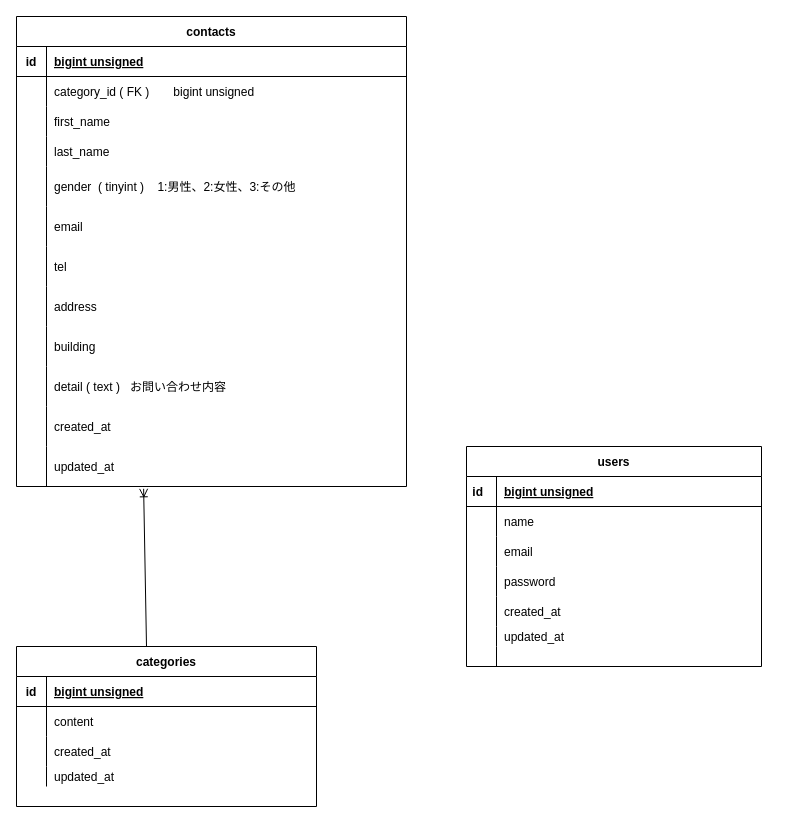
Before: docs/index.drawio in kn-a0322/test-contact-app, a draw.io diagram. Source tidied: cells renumbered, new cells numbered last; positions are measured from the earlier drawing's top-left corner, leaving out a move shared by most shapes. Both pictures are drawn from the tidied source at 100%, with x=0, y=0 at pixel (16, 16).
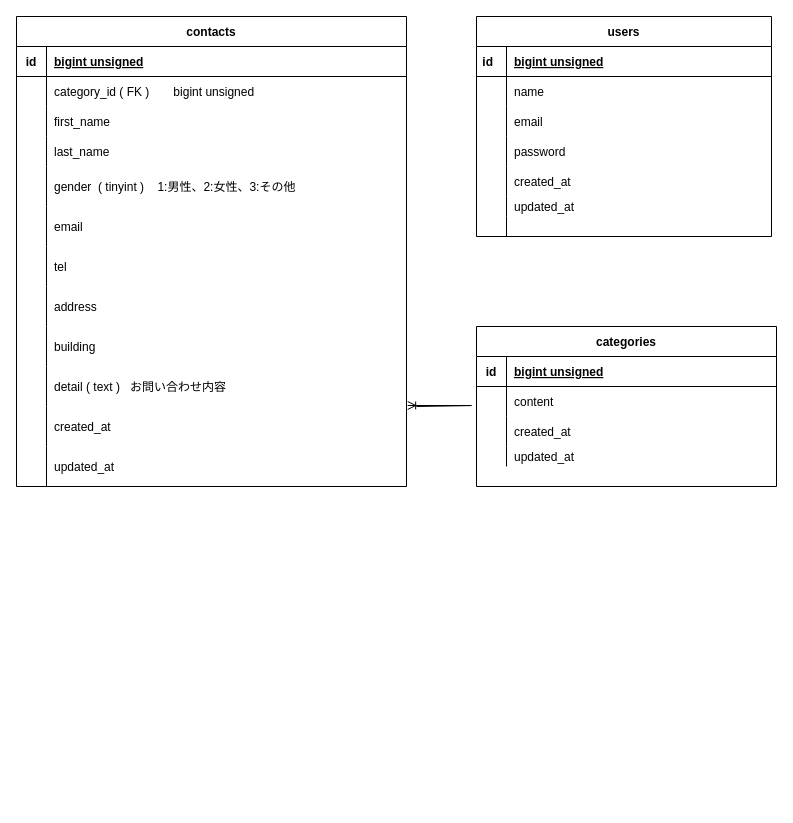
Above is the later version.

Unchanged cells that the change refers to:
```xml
<mxCell id="33" style="shape=tableRow;horizontal=0;startSize=0;swimlaneHead=0;swimlaneBody=0;fillColor=none;points=[[0,0.5],[1,0.5]];portConstraint=eastwest;top=0;left=0;right=0;bottom=0;" parent="2" vertex="1">
  <mxGeometry y="390" width="390" height="40" as="geometry" />
</mxCell>
<mxCell id="36" style="shape=tableRow;horizontal=0;startSize=0;swimlaneHead=0;swimlaneBody=0;fillColor=none;points=[[0,0.5],[1,0.5]];portConstraint=eastwest;top=0;left=0;right=0;bottom=0;" parent="2" vertex="1">
  <mxGeometry y="430" width="390" height="40" as="geometry" />
</mxCell>
```

Change to the diagram source:
```diff
@@
     <mxCell id="39" value="users" style="shape=table;startSize=30;childLayout=tableLayout;rowLines=0;fontStyle=1;align=center;" parent="1" vertex="1">
-      <mxGeometry x="450" y="430" width="295" height="220" as="geometry" />
+      <mxGeometry x="460" width="295" height="220" as="geometry" />
     </mxCell>
@@
     <mxCell id="61" value="categories" style="shape=table;startSize=30;childLayout=tableLayout;rowLines=0;fontStyle=1;align=center;" parent="1" vertex="1">
-      <mxGeometry y="630" width="300" height="160" as="geometry" />
+      <mxGeometry x="460" y="310" width="300" height="160" as="geometry" />
     </mxCell>
@@
-    <mxCell id="74" style="fontSize=12;html=1;endArrow=ERoneToMany;entryX=0.326;entryY=1.058;entryDx=0;entryDy=0;entryPerimeter=0;" parent="1" edge="1" target="36">
+    <mxCell id="74" style="fontSize=12;html=1;endArrow=ERoneToMany;entryX=1.003;entryY=-0.025;entryDx=0;entryDy=0;entryPerimeter=0;" parent="1" edge="1" target="33">
       <mxGeometry relative="1" as="geometry">
-        <mxPoint x="130" y="630" as="sourcePoint" />
+        <mxPoint x="400" y="390" as="sourcePoint" />
+        <Array as="points">
+          <mxPoint x="460" y="389" />
+        </Array>
       </mxGeometry>
     </mxCell>
```
